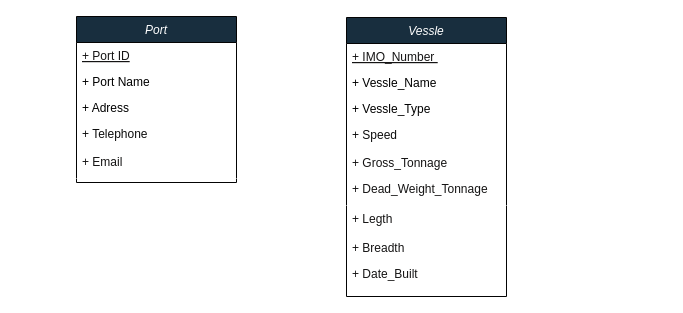
SulaniD/DB-Assignment-1 keeps this draw.io diagram as Untitled Diagram.drawio. Above is the earlier version. Source tidied: cells renumbered, new cells numbered last; positions are measured from the earlier drawing's top-left corner, leaving out a move shared by most shapes. Both pictures are drawn from the tidied source at 100%, with x=0, y=0 at pixel (76, 16).
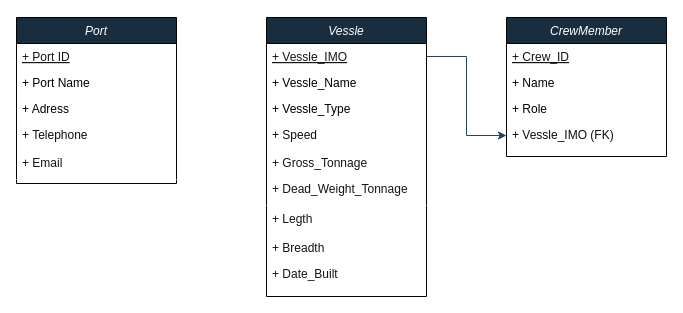
The same page after the edit.

What changed in the source:
```diff
@@
-    <mxCell id="2" value="Port" style="swimlane;fontStyle=2;align=center;verticalAlign=top;horizontal=1;startSize=26;rounded=0;shadow=0;strokeWidth=1;labelBackgroundColor=none;fillColor=#182E3E;strokeColor=#030303;fontColor=#FFFFFF;labelBorderColor=none;" parent="1" vertex="1">
-      <mxGeometry width="160" height="166" as="geometry" />
+    <mxCell id="2" value="CrewMember" style="swimlane;fontStyle=2;align=center;verticalAlign=top;horizontal=1;startSize=26;rounded=0;shadow=0;strokeWidth=1;labelBackgroundColor=none;fillColor=#182E3E;strokeColor=#030303;fontColor=#FFFFFF;labelBorderColor=none;" parent="1" vertex="1">
+      <mxGeometry x="430" y="1" width="160" height="139" as="geometry" />
     </mxCell>
-    <mxCell id="3" value="+ Port ID" style="text;align=left;verticalAlign=top;spacingLeft=4;spacingRight=4;overflow=hidden;labelBackgroundColor=none;fontColor=light-dark(#151414, #121212);fontStyle=4;" parent="2" vertex="1">
+    <mxCell id="3" value="+ Crew_ID" style="text;align=left;verticalAlign=top;spacingLeft=4;spacingRight=4;overflow=hidden;labelBackgroundColor=none;fontColor=light-dark(#151414, #121212);fontStyle=4;" parent="2" vertex="1">
       <mxGeometry y="26" width="160" height="26" as="geometry" />
     </mxCell>
-    <mxCell id="4" value="+ Port Name" style="text;align=left;verticalAlign=top;spacingLeft=4;spacingRight=4;overflow=hidden;rounded=0;shadow=0;html=0;labelBackgroundColor=none;fontColor=#000000;" parent="2" vertex="1">
+    <mxCell id="4" value="+ Name" style="text;align=left;verticalAlign=top;spacingLeft=4;spacingRight=4;overflow=hidden;rounded=0;shadow=0;html=0;labelBackgroundColor=none;fontColor=#000000;" parent="2" vertex="1">
       <mxGeometry y="52" width="160" height="26" as="geometry" />
     </mxCell>
-    <mxCell id="5" value="+ Adress" style="text;align=left;verticalAlign=top;spacingLeft=4;spacingRight=4;overflow=hidden;rounded=0;shadow=0;html=0;labelBackgroundColor=none;fontColor=default;" parent="2" vertex="1">
+    <mxCell id="5" value="+ Role" style="text;align=left;verticalAlign=top;spacingLeft=4;spacingRight=4;overflow=hidden;rounded=0;shadow=0;html=0;labelBackgroundColor=none;fontColor=default;" parent="2" vertex="1">
       <mxGeometry y="78" width="160" height="26" as="geometry" />
     </mxCell>
-    <mxCell id="6" value="+ Telephone" style="text;align=left;verticalAlign=top;spacingLeft=4;spacingRight=4;overflow=hidden;points=[[0,0.5],[1,0.5]];portConstraint=eastwest;labelBackgroundColor=none;fontColor=#0D0D0D;" parent="2" vertex="1">
+    <mxCell id="6" value="+ Vessle_IMO (FK)" style="text;align=left;verticalAlign=top;spacingLeft=4;spacingRight=4;overflow=hidden;points=[[0,0.5],[1,0.5]];portConstraint=eastwest;labelBackgroundColor=none;fontColor=#0D0D0D;" parent="2" vertex="1">
       <mxGeometry y="104" width="160" height="28" as="geometry" />
     </mxCell>
-    <mxCell id="7" value="+ Email" style="text;align=left;verticalAlign=top;spacingLeft=4;spacingRight=4;overflow=hidden;labelBackgroundColor=none;fontColor=light-dark(#151414, #121212);" parent="2" vertex="1">
-      <mxGeometry y="132" width="160" height="26" as="geometry" />
-    </mxCell>
-    <mxCell id="8" style="line;html=1;strokeWidth=1;align=left;verticalAlign=middle;spacingTop=-1;spacingLeft=3;spacingRight=3;labelPosition=right;labelBackgroundColor=none;fillColor=#182E3E;strokeColor=#FFFFFF;fontColor=#FFFFFF;" parent="2" vertex="1">
-      <mxGeometry y="158" width="160" height="8" as="geometry" />
-    </mxCell>
@@
+    <mxCell id="21" style="group;" parent="1" vertex="1">
+      <mxGeometry x="190" y="1" width="160" height="279" as="geometry" />
+    </mxCell>
-    <mxCell id="10" value="Vessle" style="swimlane;fontStyle=2;align=center;verticalAlign=top;horizontal=1;startSize=26;rounded=0;shadow=0;strokeWidth=1;labelBackgroundColor=none;fillColor=#182E3E;strokeColor=#030303;fontColor=#FFFFFF;labelBorderColor=none;" parent="1" vertex="1">
-      <mxGeometry x="270" y="1" width="160" height="279" as="geometry" />
+    <mxCell id="10" value="Vessle" style="swimlane;fontStyle=2;align=center;verticalAlign=top;horizontal=1;startSize=26;rounded=0;shadow=0;strokeWidth=1;labelBackgroundColor=none;fillColor=#182E3E;strokeColor=#030303;fontColor=#FFFFFF;labelBorderColor=none;" parent="21" vertex="1">
+      <mxGeometry width="160" height="279" as="geometry" />
     </mxCell>
-    <mxCell id="11" value="+ IMO_Number " style="text;align=left;verticalAlign=top;spacingLeft=4;spacingRight=4;overflow=hidden;points=[[0,0.5],[1,0.5]];portConstraint=eastwest;labelBackgroundColor=none;fontColor=light-dark(#151414, #121212);fontStyle=4;" parent="10" vertex="1">
+    <mxCell id="11" value="+ Vessle_IMO" style="text;align=left;verticalAlign=top;spacingLeft=4;spacingRight=4;overflow=hidden;points=[[0,0.5],[1,0.5]];portConstraint=eastwest;labelBackgroundColor=none;fontColor=light-dark(#151414, #121212);fontStyle=4;" parent="10" vertex="1">
       <mxGeometry y="26" width="160" height="26" as="geometry" />
     </mxCell>
@@
-    <mxCell id="18" value="+ Legth" style="text;align=left;verticalAlign=top;spacingLeft=4;spacingRight=4;overflow=hidden;labelBackgroundColor=none;fontColor=light-dark(#151414, #121212);" parent="1" vertex="1">
-      <mxGeometry x="270" y="189" width="160" height="26" as="geometry" />
+    <mxCell id="18" value="+ Legth" style="text;align=left;verticalAlign=top;spacingLeft=4;spacingRight=4;overflow=hidden;labelBackgroundColor=none;fontColor=light-dark(#151414, #121212);" parent="21" vertex="1">
+      <mxGeometry y="188" width="160" height="26" as="geometry" />
     </mxCell>
-    <mxCell id="19" value="+ Breadth" style="text;align=left;verticalAlign=top;spacingLeft=4;spacingRight=4;overflow=hidden;labelBackgroundColor=none;fontColor=light-dark(#151414, #121212);" parent="1" vertex="1">
-      <mxGeometry x="270" y="218" width="160" height="26" as="geometry" />
+    <mxCell id="19" value="+ Breadth" style="text;align=left;verticalAlign=top;spacingLeft=4;spacingRight=4;overflow=hidden;labelBackgroundColor=none;fontColor=light-dark(#151414, #121212);" parent="21" vertex="1">
+      <mxGeometry y="217" width="160" height="26" as="geometry" />
     </mxCell>
-    <mxCell id="20" value="+ Date_Built" style="text;align=left;verticalAlign=top;spacingLeft=4;spacingRight=4;overflow=hidden;labelBackgroundColor=none;fontColor=light-dark(#151414, #121212);" parent="1" vertex="1">
-      <mxGeometry x="270" y="244" width="160" height="26" as="geometry" />
+    <mxCell id="20" value="+ Date_Built" style="text;align=left;verticalAlign=top;spacingLeft=4;spacingRight=4;overflow=hidden;labelBackgroundColor=none;fontColor=light-dark(#151414, #121212);" parent="21" vertex="1">
+      <mxGeometry y="243" width="160" height="26" as="geometry" />
     </mxCell>
+    <mxCell id="22" value="Port" style="swimlane;fontStyle=2;align=center;verticalAlign=top;horizontal=1;startSize=26;rounded=0;shadow=0;strokeWidth=1;labelBackgroundColor=none;fillColor=#182E3E;strokeColor=#030303;fontColor=#FFFFFF;labelBorderColor=none;" parent="1" vertex="1">
+      <mxGeometry x="-60" y="1" width="160" height="166" as="geometry" />
+    </mxCell>
+    <mxCell id="23" value="+ Port ID" style="text;align=left;verticalAlign=top;spacingLeft=4;spacingRight=4;overflow=hidden;labelBackgroundColor=none;fontColor=light-dark(#151414, #121212);fontStyle=4;" parent="22" vertex="1">
+      <mxGeometry y="26" width="160" height="26" as="geometry" />
+    </mxCell>
+    <mxCell id="24" value="+ Port Name" style="text;align=left;verticalAlign=top;spacingLeft=4;spacingRight=4;overflow=hidden;rounded=0;shadow=0;html=0;labelBackgroundColor=none;fontColor=#000000;" parent="22" vertex="1">
+      <mxGeometry y="52" width="160" height="26" as="geometry" />
+    </mxCell>
+    <mxCell id="25" value="+ Adress" style="text;align=left;verticalAlign=top;spacingLeft=4;spacingRight=4;overflow=hidden;rounded=0;shadow=0;html=0;labelBackgroundColor=none;fontColor=default;" parent="22" vertex="1">
+      <mxGeometry y="78" width="160" height="26" as="geometry" />
+    </mxCell>
+    <mxCell id="26" value="+ Telephone" style="text;align=left;verticalAlign=top;spacingLeft=4;spacingRight=4;overflow=hidden;labelBackgroundColor=none;fontColor=#0D0D0D;" parent="22" vertex="1">
+      <mxGeometry y="104" width="160" height="28" as="geometry" />
+    </mxCell>
+    <mxCell id="7" value="+ Email" style="text;align=left;verticalAlign=top;spacingLeft=4;spacingRight=4;overflow=hidden;labelBackgroundColor=none;fontColor=light-dark(#151414, #121212);" parent="22" vertex="1">
+      <mxGeometry y="132" width="160" height="26" as="geometry" />
+    </mxCell>
+    <mxCell id="8" style="line;html=1;strokeWidth=1;align=left;verticalAlign=middle;spacingTop=-1;spacingLeft=3;spacingRight=3;labelPosition=right;labelBackgroundColor=none;fillColor=#182E3E;strokeColor=#FFFFFF;fontColor=#FFFFFF;" parent="22" vertex="1">
+      <mxGeometry y="158" width="160" height="8" as="geometry" />
+    </mxCell>
+    <mxCell id="27" style="edgeStyle=orthogonalEdgeStyle;rounded=0;jettySize=auto;html=1;exitX=1;exitY=0.5;exitDx=0;exitDy=0;strokeColor=#23445D;entryX=0;entryY=0.5;entryDx=0;entryDy=0;" parent="1" edge="1" source="11" target="6">
+      <mxGeometry relative="1" as="geometry" />
+    </mxCell>
```
